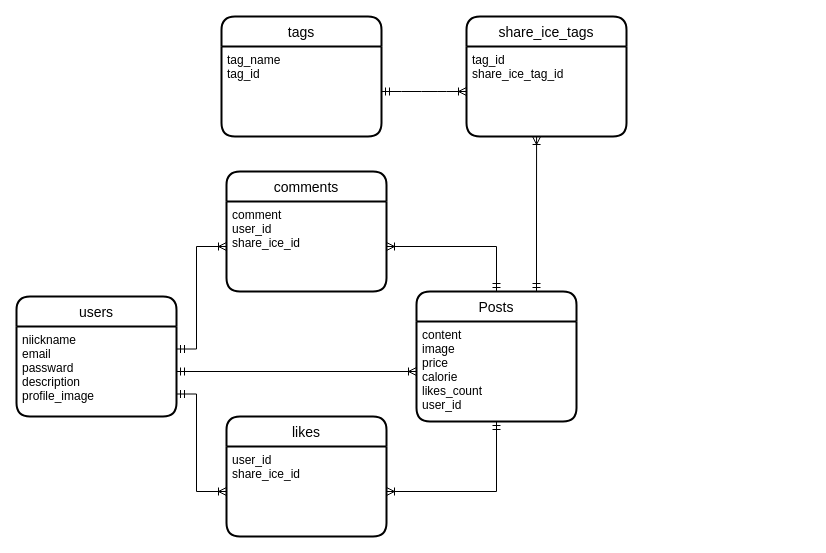
The draw.io diagram ER図.dio in hakanaidomu/share_ice, before the edit. Source tidied: cells renumbered, new cells numbered last; positions are measured from the earlier drawing's top-left corner, leaving out a move shared by most shapes. Both pictures are drawn from the tidied source at 100%, with x=0, y=0 at pixel (16, 16).
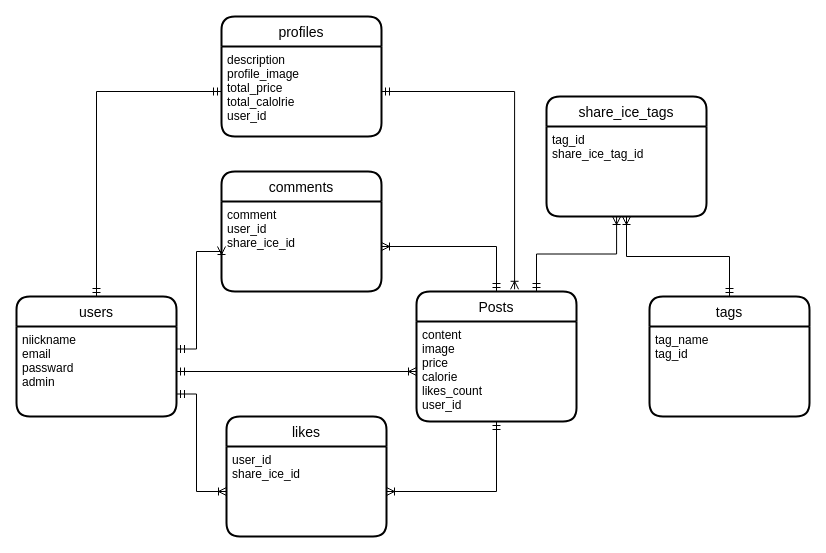
Above is the later version.

Commit message (it also covers changes not shown here):
GIFの差し替え

The change refers to these unchanged cells:
```xml
<mxCell id="2" value="users" style="swimlane;horizontal=1;startSize=30;rounded=1;fontSize=14;fontStyle=0;strokeWidth=2;shadow=0;dashed=0;align=center;" parent="1" vertex="1">
  <mxGeometry y="280" width="160" height="120" as="geometry" />
</mxCell>
<mxCell id="5" value="Posts" style="swimlane;horizontal=1;startSize=30;rounded=1;fontSize=14;fontStyle=0;strokeWidth=2;shadow=0;dashed=0;align=center;" parent="1" vertex="1">
  <mxGeometry x="400" y="275" width="160" height="130" as="geometry" />
</mxCell>
<mxCell id="8" value="comment&#10;user_id&#10;share_ice_id" style="align=left;strokeColor=none;fillColor=none;spacingLeft=4;fontSize=12;verticalAlign=top;" parent="7" vertex="1">
  <mxGeometry y="30" width="160" height="90" as="geometry" />
</mxCell>
<mxCell id="15" value="tag_name&#10;tag_id" style="align=left;strokeColor=none;fillColor=none;spacingLeft=4;fontSize=12;verticalAlign=top;" parent="14" vertex="1">
  <mxGeometry y="30" width="160" height="90" as="geometry" />
</mxCell>
<mxCell id="17" value="tag_id&#10;share_ice_tag_id&#10;" style="align=left;strokeColor=none;fillColor=none;spacingLeft=4;fontSize=12;verticalAlign=top;" parent="16" vertex="1">
  <mxGeometry y="30" width="160" height="90" as="geometry" />
</mxCell>
```

The edit, as a diff of the source:
```diff
@@
+    <mxCell id="21" style="edgeStyle=orthogonalEdgeStyle;rounded=0;jettySize=auto;html=1;exitX=0.5;exitY=0;exitDx=0;exitDy=0;entryX=0;entryY=0.5;entryDx=0;entryDy=0;endArrow=ERmandOne;endFill=0;startArrow=ERmandOne;startFill=0;" parent="1" edge="1" source="2" target="23">
+      <mxGeometry relative="1" as="geometry" />
+    </mxCell>
@@
-    <mxCell id="3" value="niickname&#10;email&#10;passward&#10;description&#10;profile_image" style="align=left;strokeColor=none;fillColor=none;spacingLeft=4;fontSize=12;verticalAlign=top;" parent="2" vertex="1">
+    <mxCell id="3" value="niickname&#10;email&#10;passward&#10;admin" style="align=left;strokeColor=none;fillColor=none;spacingLeft=4;fontSize=12;verticalAlign=top;" parent="2" vertex="1">
       <mxGeometry y="30" width="160" height="90" as="geometry" />
     </mxCell>
+    <mxCell id="22" value="profiles" style="swimlane;horizontal=1;startSize=30;rounded=1;fontSize=14;fontStyle=0;strokeWidth=2;shadow=0;dashed=0;align=center;" parent="1" vertex="1">
+      <mxGeometry x="205" width="160" height="120" as="geometry" />
+    </mxCell>
+    <mxCell id="23" value="description&#10;profile_image&#10;total_price&#10;total_calolrie&#10;user_id" style="align=left;strokeColor=none;fillColor=none;spacingLeft=4;fontSize=12;verticalAlign=top;" parent="22" vertex="1">
+      <mxGeometry y="30" width="160" height="90" as="geometry" />
+    </mxCell>
@@
     <mxCell id="7" value="comments" style="swimlane;horizontal=1;startSize=30;rounded=1;fontSize=14;fontStyle=0;strokeWidth=2;shadow=0;dashed=0;align=center;" parent="1" vertex="1">
-      <mxGeometry x="210" y="155" width="160" height="120" as="geometry" />
+      <mxGeometry x="205" y="155" width="160" height="120" as="geometry" />
     </mxCell>
@@
     <mxCell id="11" style="edgeStyle=orthogonalEdgeStyle;rounded=0;jettySize=auto;html=1;exitX=1;exitY=0.25;exitDx=0;exitDy=0;entryX=0;entryY=0.5;entryDx=0;entryDy=0;endArrow=ERoneToMany;endFill=0;startArrow=ERmandOne;startFill=0;" parent="1" edge="1" source="3" target="8">
       <mxGeometry relative="1" as="geometry">
         <Array as="points">
           <mxPoint x="180" y="333" />
-          <mxPoint x="180" y="230" />
+          <mxPoint x="180" y="235" />
         </Array>
       </mxGeometry>
     </mxCell>
@@
     <mxCell id="14" value="tags" style="swimlane;horizontal=1;startSize=30;rounded=1;fontSize=14;fontStyle=0;strokeWidth=2;shadow=0;dashed=0;align=center;" parent="1" vertex="1">
-      <mxGeometry x="205" width="160" height="120" as="geometry" />
+      <mxGeometry x="633" y="280" width="160" height="120" as="geometry" />
     </mxCell>
@@
     <mxCell id="16" value="share_ice_tags" style="swimlane;horizontal=1;startSize=30;rounded=1;fontSize=14;fontStyle=0;strokeWidth=2;shadow=0;dashed=0;align=center;" parent="1" vertex="1">
-      <mxGeometry x="450" width="160" height="120" as="geometry" />
+      <mxGeometry x="530" y="80" width="160" height="120" as="geometry" />
     </mxCell>
@@
+    <mxCell id="24" style="edgeStyle=orthogonalEdgeStyle;rounded=0;jettySize=auto;html=1;exitX=0.5;exitY=1;exitDx=0;exitDy=0;entryX=0.5;entryY=0;entryDx=0;entryDy=0;endArrow=ERmandOne;endFill=0;startArrow=ERoneToMany;startFill=0;" parent="1" edge="1" source="17" target="14">
+      <mxGeometry relative="1" as="geometry" />
+    </mxCell>
@@
+    <mxCell id="25" style="edgeStyle=orthogonalEdgeStyle;rounded=0;jettySize=auto;html=1;exitX=1;exitY=0.5;exitDx=0;exitDy=0;entryX=0.613;entryY=-0.017;entryDx=0;entryDy=0;entryPerimeter=0;startArrow=ERmandOne;startFill=0;endArrow=ERoneToMany;endFill=0;" parent="1" edge="1" source="23" target="5">
+      <mxGeometry relative="1" as="geometry" />
+    </mxCell>
@@
-    <mxCell id="20" style="edgeStyle=entityRelationEdgeStyle;fontSize=12;html=1;endArrow=ERoneToMany;entryX=0;entryY=0.5;entryDx=0;entryDy=0;exitX=1;exitY=0.5;exitDx=0;exitDy=0;startArrow=ERmandOne;startFill=0;" parent="1" edge="1" source="15" target="17">
-      <mxGeometry relative="1" as="geometry" />
-    </mxCell>
```
